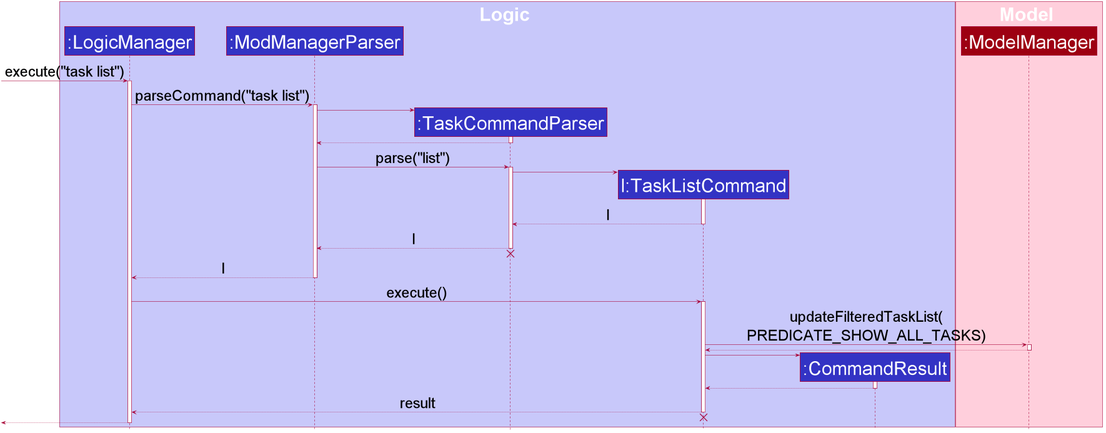
zixinn/main keeps this PlantUML diagram as docs/images/TaskListSequenceDiagram.png. Above is the earlier version. Its diagram source:
```plantuml
@startuml









skinparam BackgroundColor #FFFFFFF

skinparam Shadowing false

skinparam Class {
    FontColor #FFFFFF
    BorderThickness 1
    BorderColor #FFFFFF
    StereotypeFontColor #FFFFFF
    FontName Arial
}

skinparam Actor {
    BorderColor #000000
    Color #000000
    FontName Arial
}

skinparam Sequence {
    MessageAlign center
    BoxFontSize 50
    BoxPadding 0
    BoxFontColor #FFFFFF
    FontName Arial
}

skinparam Participant {
    FontColor #FFFFFFF
    Padding 20
    FontSize 50
}

skinparam ArrowFontSize 40
skinparam MinClassWidth 50
skinparam ParticipantPadding 10
skinparam Shadowing false
skinparam DefaultTextAlignment center
skinparam packageStyle Rectangle

hide footbox
hide members
hide circle

box Logic #C8C8FA
participant ":LogicManager" as LogicManager #3333C4
participant ":ModManagerParser" as ModManagerParser #3333C4
participant ":TaskCommandParser" as TaskCommandParser #3333C4
participant "l:TaskListCommand" as TaskListCommand #3333C4
participant ":CommandResult" as CommandResult #3333C4
end box

box Model #FFCFDC
participant ":ModelManager" as ModelManager #9D0012
end box

[-> LogicManager : execute("task list")
activate LogicManager

LogicManager -> ModManagerParser : parseCommand("task list")
activate ModManagerParser

create TaskCommandParser
ModManagerParser -> TaskCommandParser
activate TaskCommandParser

TaskCommandParser --> ModManagerParser
deactivate TaskCommandParser

ModManagerParser -> TaskCommandParser : parse("list")
activate TaskCommandParser

create TaskListCommand
TaskCommandParser -> TaskListCommand
activate TaskListCommand

TaskListCommand --> TaskCommandParser : l
deactivate TaskListCommand

TaskCommandParser --> ModManagerParser : l
deactivate TaskCommandParser
TaskCommandParser -[hidden]-> ModManagerParser
destroy TaskCommandParser

ModManagerParser --> LogicManager : l
deactivate ModManagerParser

LogicManager -> TaskListCommand : execute()
activate TaskListCommand

TaskListCommand -> ModelManager : updateFilteredTaskList(\nPREDICATE_SHOW_ALL_TASKS)
activate ModelManager

ModelManager --> TaskListCommand
deactivate ModelManager

create CommandResult
TaskListCommand -> CommandResult
activate CommandResult

CommandResult --> TaskListCommand
deactivate CommandResult

TaskListCommand --> LogicManager : result
deactivate TaskListCommand
TaskListCommand -[hidden]-> LogicManager
destroy TaskListCommand

[<--LogicManager
deactivate LogicManager
@enduml
```
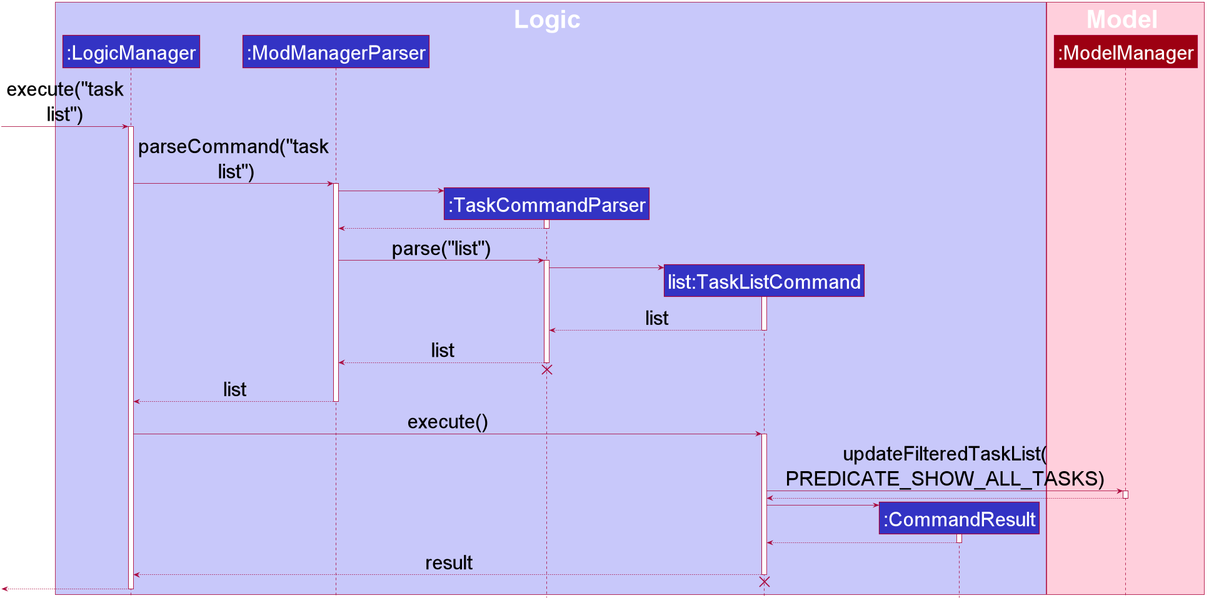
Later version of the same file.

Commit message:
Resize sequence diagrams

Diff of the diagram source:
```diff
@@ -50,12 +50,13 @@
 hide footbox
 hide members
 hide circle
+skinparam ParticipantFontSize 40
 
 box Logic #C8C8FA
 participant ":LogicManager" as LogicManager #3333C4
 participant ":ModManagerParser" as ModManagerParser #3333C4
 participant ":TaskCommandParser" as TaskCommandParser #3333C4
-participant "l:TaskListCommand" as TaskListCommand #3333C4
+participant "list:TaskListCommand" as TaskListCommand #3333C4
 participant ":CommandResult" as CommandResult #3333C4
 end box
 
@@ -63,10 +64,10 @@
 participant ":ModelManager" as ModelManager #9D0012
 end box
 
-[-> LogicManager : execute("task list")
+[-> LogicManager : execute("task\nlist")
 activate LogicManager
 
-LogicManager -> ModManagerParser : parseCommand("task list")
+LogicManager -> ModManagerParser : parseCommand("task\n list")
 activate ModManagerParser
 
 create TaskCommandParser
@@ -83,15 +84,15 @@
 TaskCommandParser -> TaskListCommand
 activate TaskListCommand
 
-TaskListCommand --> TaskCommandParser : l
+TaskListCommand --> TaskCommandParser : list
 deactivate TaskListCommand
 
-TaskCommandParser --> ModManagerParser : l
+TaskCommandParser --> ModManagerParser : list
 deactivate TaskCommandParser
 TaskCommandParser -[hidden]-> ModManagerParser
 destroy TaskCommandParser
 
-ModManagerParser --> LogicManager : l
+ModManagerParser --> LogicManager : list
 deactivate ModManagerParser
 
 LogicManager -> TaskListCommand : execute()
```
